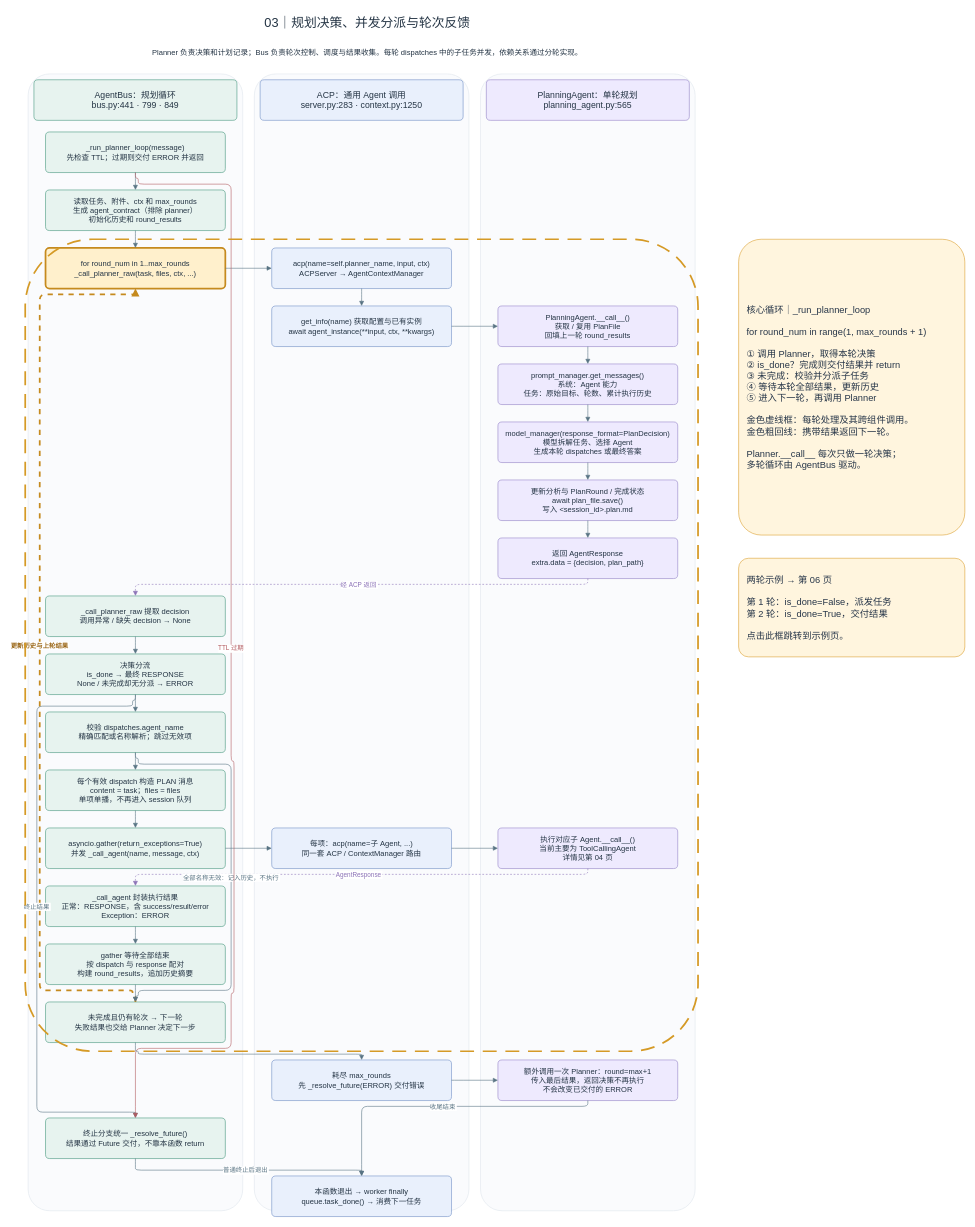
Above: page "03｜规划决策、并发分派与轮次反馈" (3 of 6) of artifacts/agentbus-complete-flow-v4.drawio in roundliuyang/DeepResearchAgent (draw.io), before the change. Source tidied: cells renumbered, new cells numbered last; positions are measured from the earlier drawing's top-left corner, leaving out a move shared by most shapes. Both pictures are drawn from the tidied source at 58%, with x=0, y=0 at pixel (25, 10).
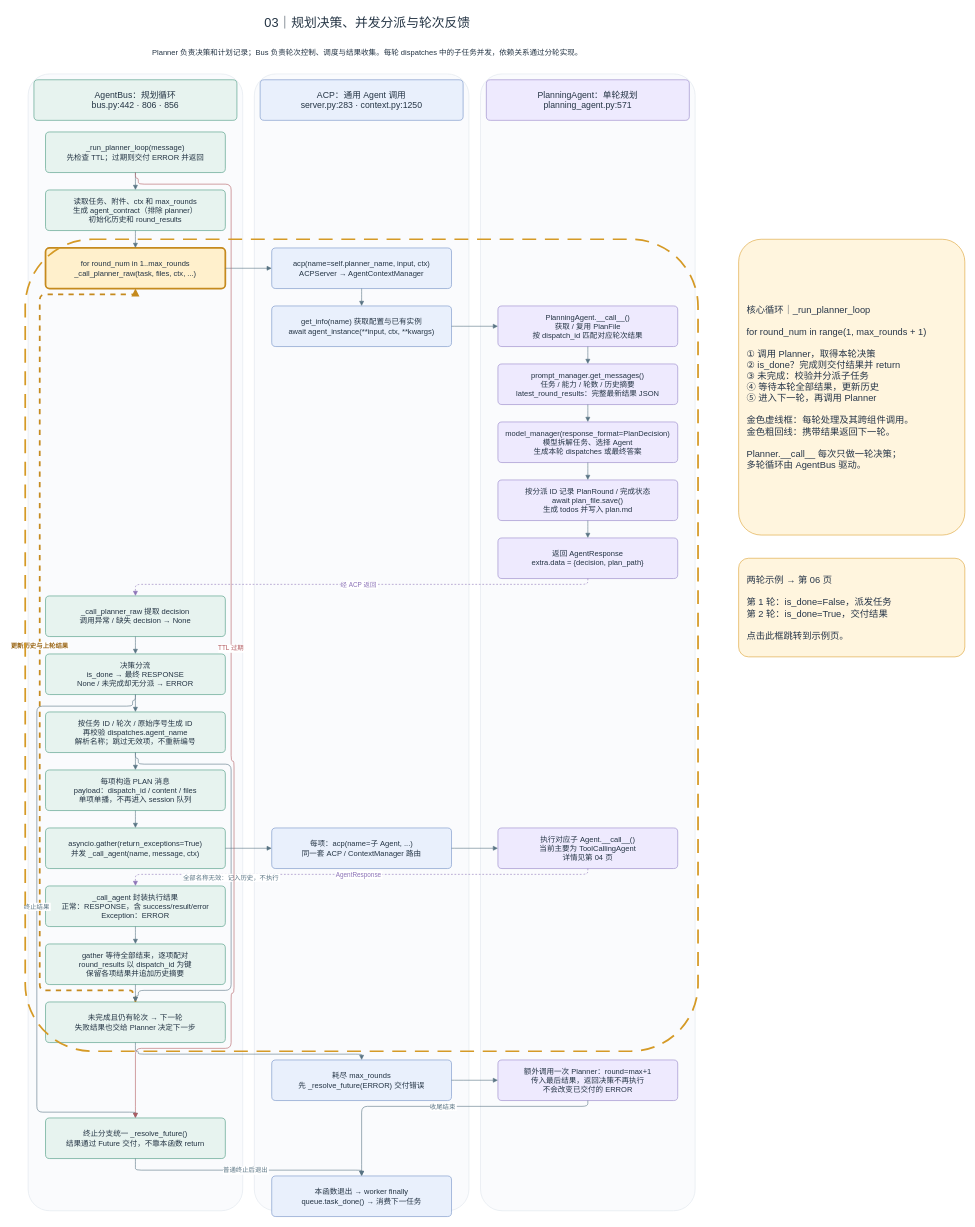
Above is the later version.

What changed in the source:
```diff
@@
-    <mxCell id="5" value="AgentBus：规划循环&#10;bus.py:441 · 799 · 849" style="rounded=1;arcSize=10;whiteSpace=wrap;html=0;fillColor=#E7F3EF;strokeColor=#42967B;fontColor=#243444;fontSize=15;fontFamily=Helvetica;spacing=9;align=center;verticalAlign=middle;" parent="1" vertex="1">
+    <mxCell id="5" value="AgentBus：规划循环&#10;bus.py:442 · 806 · 856" style="rounded=1;arcSize=10;whiteSpace=wrap;html=0;fillColor=#E7F3EF;strokeColor=#42967B;fontColor=#243444;fontSize=15;fontFamily=Helvetica;spacing=9;align=center;verticalAlign=middle;" parent="1" vertex="1">
       <mxGeometry x="15" y="120" width="350" height="70" as="geometry" />
     </mxCell>
@@
-    <mxCell id="9" value="PlanningAgent：单轮规划&#10;planning_agent.py:565" style="rounded=1;arcSize=10;whiteSpace=wrap;html=0;fillColor=#EEEAFE;strokeColor=#9381C6;fontColor=#243444;fontSize=15;fontFamily=Helvetica;spacing=9;align=center;verticalAlign=middle;" parent="1" vertex="1">
+    <mxCell id="9" value="PlanningAgent：单轮规划&#10;planning_agent.py:571" style="rounded=1;arcSize=10;whiteSpace=wrap;html=0;fillColor=#EEEAFE;strokeColor=#9381C6;fontColor=#243444;fontSize=15;fontFamily=Helvetica;spacing=9;align=center;verticalAlign=middle;" parent="1" vertex="1">
       <mxGeometry x="795" y="120" width="350" height="70" as="geometry" />
     </mxCell>
@@
-    <mxCell id="15" value="PlanningAgent.__call__()&#10;获取 / 复用 PlanFile&#10;回填上一轮 round_results" style="rounded=1;arcSize=10;whiteSpace=wrap;html=0;fillColor=#EEEAFE;strokeColor=#9381C6;fontColor=#243444;fontSize=13;fontFamily=Helvetica;spacing=9;align=center;verticalAlign=middle;" parent="1" vertex="1">
+    <mxCell id="15" value="PlanningAgent.__call__()&#10;获取 / 复用 PlanFile&#10;按 dispatch_id 匹配对应轮次结果" style="rounded=1;arcSize=10;whiteSpace=wrap;html=0;fillColor=#EEEAFE;strokeColor=#9381C6;fontColor=#243444;fontSize=13;fontFamily=Helvetica;spacing=9;align=center;verticalAlign=middle;" parent="1" vertex="1">
       <mxGeometry x="815" y="510" width="310" height="70" as="geometry" />
     </mxCell>
-    <mxCell id="16" value="prompt_manager.get_messages()&#10;系统：Agent 能力&#10;任务：原始目标、轮数、累计执行历史" style="rounded=1;arcSize=10;whiteSpace=wrap;html=0;fillColor=#EEEAFE;strokeColor=#9381C6;fontColor=#243444;fontSize=13;fontFamily=Helvetica;spacing=9;align=center;verticalAlign=middle;" parent="1" vertex="1">
+    <mxCell id="16" value="prompt_manager.get_messages()&#10;任务 / 能力 / 轮数 / 历史摘要&#10;latest_round_results：完整最新结果 JSON" style="rounded=1;arcSize=10;whiteSpace=wrap;html=0;fillColor=#EEEAFE;strokeColor=#9381C6;fontColor=#243444;fontSize=13;fontFamily=Helvetica;spacing=9;align=center;verticalAlign=middle;" parent="1" vertex="1">
       <mxGeometry x="815" y="610" width="310" height="70" as="geometry" />
     </mxCell>
@@
-    <mxCell id="18" value="更新分析与 PlanRound / 完成状态&#10;await plan_file.save()&#10;写入 &lt;session_id&gt;.plan.md" style="rounded=1;arcSize=10;whiteSpace=wrap;html=0;fillColor=#EEEAFE;strokeColor=#9381C6;fontColor=#243444;fontSize=13;fontFamily=Helvetica;spacing=9;align=center;verticalAlign=middle;" parent="1" vertex="1">
+    <mxCell id="18" value="按分派 ID 记录 PlanRound / 完成状态&#10;await plan_file.save()&#10;生成 todos 并写入 plan.md" style="rounded=1;arcSize=10;whiteSpace=wrap;html=0;fillColor=#EEEAFE;strokeColor=#9381C6;fontColor=#243444;fontSize=13;fontFamily=Helvetica;spacing=9;align=center;verticalAlign=middle;" parent="1" vertex="1">
       <mxGeometry x="815" y="810" width="310" height="70" as="geometry" />
     </mxCell>
@@
-    <mxCell id="22" value="校验 dispatches.agent_name&#10;精确匹配或名称解析；跳过无效项" style="rounded=1;arcSize=10;whiteSpace=wrap;html=0;fillColor=#E7F3EF;strokeColor=#42967B;fontColor=#243444;fontSize=13;fontFamily=Helvetica;spacing=9;align=center;verticalAlign=middle;" parent="1" vertex="1">
+    <mxCell id="22" value="按任务 ID / 轮次 / 原始序号生成 ID&#10;再校验 dispatches.agent_name&#10;解析名称；跳过无效项，不重新编号" style="rounded=1;arcSize=10;whiteSpace=wrap;html=0;fillColor=#E7F3EF;strokeColor=#42967B;fontColor=#243444;fontSize=13;fontFamily=Helvetica;spacing=9;align=center;verticalAlign=middle;" parent="1" vertex="1">
       <mxGeometry x="35" y="1210" width="310" height="70" as="geometry" />
     </mxCell>
-    <mxCell id="23" value="每个有效 dispatch 构造 PLAN 消息&#10;content = task；files = files&#10;单项单播，不再进入 session 队列" style="rounded=1;arcSize=10;whiteSpace=wrap;html=0;fillColor=#E7F3EF;strokeColor=#42967B;fontColor=#243444;fontSize=13;fontFamily=Helvetica;spacing=9;align=center;verticalAlign=middle;" parent="1" vertex="1">
+    <mxCell id="23" value="每项构造 PLAN 消息&#10;payload：dispatch_id / content / files&#10;单项单播，不再进入 session 队列" style="rounded=1;arcSize=10;whiteSpace=wrap;html=0;fillColor=#E7F3EF;strokeColor=#42967B;fontColor=#243444;fontSize=13;fontFamily=Helvetica;spacing=9;align=center;verticalAlign=middle;" parent="1" vertex="1">
       <mxGeometry x="35" y="1310" width="310" height="70" as="geometry" />
     </mxCell>
@@
-    <mxCell id="28" value="gather 等待全部结束&#10;按 dispatch 与 response 配对&#10;构建 round_results，追加历史摘要" style="rounded=1;arcSize=10;whiteSpace=wrap;html=0;fillColor=#E7F3EF;strokeColor=#42967B;fontColor=#243444;fontSize=13;fontFamily=Helvetica;spacing=9;align=center;verticalAlign=middle;" parent="1" vertex="1">
+    <mxCell id="28" value="gather 等待全部结束，逐项配对&#10;round_results 以 dispatch_id 为键&#10;保留各项结果并追加历史摘要" style="rounded=1;arcSize=10;whiteSpace=wrap;html=0;fillColor=#E7F3EF;strokeColor=#42967B;fontColor=#243444;fontSize=13;fontFamily=Helvetica;spacing=9;align=center;verticalAlign=middle;" parent="1" vertex="1">
       <mxGeometry x="35" y="1610" width="310" height="70" as="geometry" />
     </mxCell>
```
